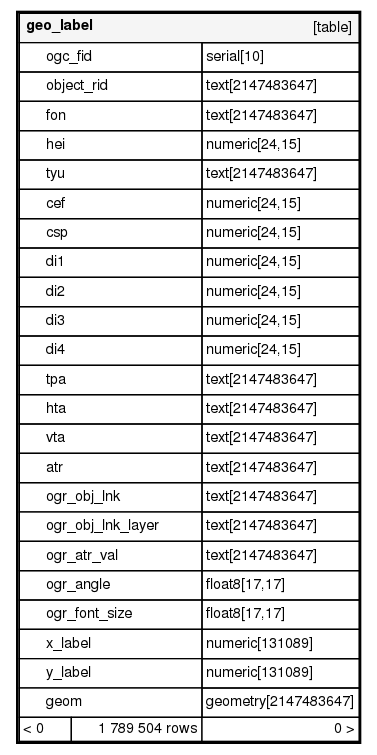
Earlier version of the Graphviz export docs/diagrams/orphans/geo_label.1degree.png (3liz/QgisCadastrePlugin-documentation). Its source is kept beside it as docs/diagrams/orphans/geo_label.1degree.dot. Source of this version:
```dot
digraph "geo_label" {
  graph [
    rankdir="RL"
    bgcolor="#ffffff"
    nodesep="0.18"
    ranksep="0.46"
    fontname="Helvetica"
    fontsize="11"
    ration="compress"
  ];
  node [
    fontname="Helvetica"
    fontsize="11"
    shape="plaintext"
  ];
  edge [
    arrowsize="0.8"
  ];
  "geo_label" [
   label=<
    <TABLE BORDER="2" CELLBORDER="1" CELLSPACING="0" BGCOLOR="#ffffff">
      <TR><TD COLSPAN="4"  BGCOLOR="#f5f5f5"><TABLE BORDER="0" CELLSPACING="0"><TR><TD ALIGN="LEFT"><B>geo_label</B></TD><TD ALIGN="RIGHT">[table]</TD></TR></TABLE></TD></TR>
      <TR><TD PORT="ogc_fid" COLSPAN="2" BGCOLOR="#ffffff" ALIGN="LEFT"><TABLE BORDER="0" CELLSPACING="0" ALIGN="LEFT"><TR ALIGN="LEFT"><TD ALIGN="LEFT" FIXEDSIZE="TRUE" WIDTH="15" HEIGHT="16"></TD><TD ALIGN="LEFT" FIXEDSIZE="TRUE" WIDTH="116" HEIGHT="16">ogc_fid</TD></TR></TABLE></TD><TD PORT="ogc_fid.type" ALIGN="LEFT">serial[10]</TD></TR>
      <TR><TD PORT="object_rid" COLSPAN="2" ALIGN="LEFT"><TABLE BORDER="0" CELLSPACING="0" ALIGN="LEFT"><TR ALIGN="LEFT"><TD ALIGN="LEFT" FIXEDSIZE="TRUE" WIDTH="15" HEIGHT="16"></TD><TD ALIGN="LEFT" FIXEDSIZE="TRUE" WIDTH="116" HEIGHT="16">object_rid</TD></TR></TABLE></TD><TD PORT="object_rid.type" ALIGN="LEFT">text[2147483647]</TD></TR>
      <TR><TD PORT="fon" COLSPAN="2" ALIGN="LEFT"><TABLE BORDER="0" CELLSPACING="0" ALIGN="LEFT"><TR ALIGN="LEFT"><TD ALIGN="LEFT" FIXEDSIZE="TRUE" WIDTH="15" HEIGHT="16"></TD><TD ALIGN="LEFT" FIXEDSIZE="TRUE" WIDTH="116" HEIGHT="16">fon</TD></TR></TABLE></TD><TD PORT="fon.type" ALIGN="LEFT">text[2147483647]</TD></TR>
      <TR><TD PORT="hei" COLSPAN="2" ALIGN="LEFT"><TABLE BORDER="0" CELLSPACING="0" ALIGN="LEFT"><TR ALIGN="LEFT"><TD ALIGN="LEFT" FIXEDSIZE="TRUE" WIDTH="15" HEIGHT="16"></TD><TD ALIGN="LEFT" FIXEDSIZE="TRUE" WIDTH="116" HEIGHT="16">hei</TD></TR></TABLE></TD><TD PORT="hei.type" ALIGN="LEFT">numeric[24,15]</TD></TR>
      <TR><TD PORT="tyu" COLSPAN="2" ALIGN="LEFT"><TABLE BORDER="0" CELLSPACING="0" ALIGN="LEFT"><TR ALIGN="LEFT"><TD ALIGN="LEFT" FIXEDSIZE="TRUE" WIDTH="15" HEIGHT="16"></TD><TD ALIGN="LEFT" FIXEDSIZE="TRUE" WIDTH="116" HEIGHT="16">tyu</TD></TR></TABLE></TD><TD PORT="tyu.type" ALIGN="LEFT">text[2147483647]</TD></TR>
      <TR><TD PORT="cef" COLSPAN="2" ALIGN="LEFT"><TABLE BORDER="0" CELLSPACING="0" ALIGN="LEFT"><TR ALIGN="LEFT"><TD ALIGN="LEFT" FIXEDSIZE="TRUE" WIDTH="15" HEIGHT="16"></TD><TD ALIGN="LEFT" FIXEDSIZE="TRUE" WIDTH="116" HEIGHT="16">cef</TD></TR></TABLE></TD><TD PORT="cef.type" ALIGN="LEFT">numeric[24,15]</TD></TR>
      <TR><TD PORT="csp" COLSPAN="2" ALIGN="LEFT"><TABLE BORDER="0" CELLSPACING="0" ALIGN="LEFT"><TR ALIGN="LEFT"><TD ALIGN="LEFT" FIXEDSIZE="TRUE" WIDTH="15" HEIGHT="16"></TD><TD ALIGN="LEFT" FIXEDSIZE="TRUE" WIDTH="116" HEIGHT="16">csp</TD></TR></TABLE></TD><TD PORT="csp.type" ALIGN="LEFT">numeric[24,15]</TD></TR>
      <TR><TD PORT="di1" COLSPAN="2" ALIGN="LEFT"><TABLE BORDER="0" CELLSPACING="0" ALIGN="LEFT"><TR ALIGN="LEFT"><TD ALIGN="LEFT" FIXEDSIZE="TRUE" WIDTH="15" HEIGHT="16"></TD><TD ALIGN="LEFT" FIXEDSIZE="TRUE" WIDTH="116" HEIGHT="16">di1</TD></TR></TABLE></TD><TD PORT="di1.type" ALIGN="LEFT">numeric[24,15]</TD></TR>
      <TR><TD PORT="di2" COLSPAN="2" ALIGN="LEFT"><TABLE BORDER="0" CELLSPACING="0" ALIGN="LEFT"><TR ALIGN="LEFT"><TD ALIGN="LEFT" FIXEDSIZE="TRUE" WIDTH="15" HEIGHT="16"></TD><TD ALIGN="LEFT" FIXEDSIZE="TRUE" WIDTH="116" HEIGHT="16">di2</TD></TR></TABLE></TD><TD PORT="di2.type" ALIGN="LEFT">numeric[24,15]</TD></TR>
      <TR><TD PORT="di3" COLSPAN="2" ALIGN="LEFT"><TABLE BORDER="0" CELLSPACING="0" ALIGN="LEFT"><TR ALIGN="LEFT"><TD ALIGN="LEFT" FIXEDSIZE="TRUE" WIDTH="15" HEIGHT="16"></TD><TD ALIGN="LEFT" FIXEDSIZE="TRUE" WIDTH="116" HEIGHT="16">di3</TD></TR></TABLE></TD><TD PORT="di3.type" ALIGN="LEFT">numeric[24,15]</TD></TR>
      <TR><TD PORT="di4" COLSPAN="2" ALIGN="LEFT"><TABLE BORDER="0" CELLSPACING="0" ALIGN="LEFT"><TR ALIGN="LEFT"><TD ALIGN="LEFT" FIXEDSIZE="TRUE" WIDTH="15" HEIGHT="16"></TD><TD ALIGN="LEFT" FIXEDSIZE="TRUE" WIDTH="116" HEIGHT="16">di4</TD></TR></TABLE></TD><TD PORT="di4.type" ALIGN="LEFT">numeric[24,15]</TD></TR>
      <TR><TD PORT="tpa" COLSPAN="2" ALIGN="LEFT"><TABLE BORDER="0" CELLSPACING="0" ALIGN="LEFT"><TR ALIGN="LEFT"><TD ALIGN="LEFT" FIXEDSIZE="TRUE" WIDTH="15" HEIGHT="16"></TD><TD ALIGN="LEFT" FIXEDSIZE="TRUE" WIDTH="116" HEIGHT="16">tpa</TD></TR></TABLE></TD><TD PORT="tpa.type" ALIGN="LEFT">text[2147483647]</TD></TR>
      <TR><TD PORT="hta" COLSPAN="2" ALIGN="LEFT"><TABLE BORDER="0" CELLSPACING="0" ALIGN="LEFT"><TR ALIGN="LEFT"><TD ALIGN="LEFT" FIXEDSIZE="TRUE" WIDTH="15" HEIGHT="16"></TD><TD ALIGN="LEFT" FIXEDSIZE="TRUE" WIDTH="116" HEIGHT="16">hta</TD></TR></TABLE></TD><TD PORT="hta.type" ALIGN="LEFT">text[2147483647]</TD></TR>
      <TR><TD PORT="vta" COLSPAN="2" ALIGN="LEFT"><TABLE BORDER="0" CELLSPACING="0" ALIGN="LEFT"><TR ALIGN="LEFT"><TD ALIGN="LEFT" FIXEDSIZE="TRUE" WIDTH="15" HEIGHT="16"></TD><TD ALIGN="LEFT" FIXEDSIZE="TRUE" WIDTH="116" HEIGHT="16">vta</TD></TR></TABLE></TD><TD PORT="vta.type" ALIGN="LEFT">text[2147483647]</TD></TR>
      <TR><TD PORT="atr" COLSPAN="2" ALIGN="LEFT"><TABLE BORDER="0" CELLSPACING="0" ALIGN="LEFT"><TR ALIGN="LEFT"><TD ALIGN="LEFT" FIXEDSIZE="TRUE" WIDTH="15" HEIGHT="16"></TD><TD ALIGN="LEFT" FIXEDSIZE="TRUE" WIDTH="116" HEIGHT="16">atr</TD></TR></TABLE></TD><TD PORT="atr.type" ALIGN="LEFT">text[2147483647]</TD></TR>
      <TR><TD PORT="ogr_obj_lnk" COLSPAN="2" ALIGN="LEFT"><TABLE BORDER="0" CELLSPACING="0" ALIGN="LEFT"><TR ALIGN="LEFT"><TD ALIGN="LEFT" FIXEDSIZE="TRUE" WIDTH="15" HEIGHT="16"></TD><TD ALIGN="LEFT" FIXEDSIZE="TRUE" WIDTH="116" HEIGHT="16">ogr_obj_lnk</TD></TR></TABLE></TD><TD PORT="ogr_obj_lnk.type" ALIGN="LEFT">text[2147483647]</TD></TR>
      <TR><TD PORT="ogr_obj_lnk_layer" COLSPAN="2" BGCOLOR="#ffffff" ALIGN="LEFT"><TABLE BORDER="0" CELLSPACING="0" ALIGN="LEFT"><TR ALIGN="LEFT"><TD ALIGN="LEFT" FIXEDSIZE="TRUE" WIDTH="15" HEIGHT="16"></TD><TD ALIGN="LEFT" FIXEDSIZE="TRUE" WIDTH="116" HEIGHT="16">ogr_obj_lnk_layer</TD></TR></TABLE></TD><TD PORT="ogr_obj_lnk_layer.type" ALIGN="LEFT">text[2147483647]</TD></TR>
      <TR><TD PORT="ogr_atr_val" COLSPAN="2" ALIGN="LEFT"><TABLE BORDER="0" CELLSPACING="0" ALIGN="LEFT"><TR ALIGN="LEFT"><TD ALIGN="LEFT" FIXEDSIZE="TRUE" WIDTH="15" HEIGHT="16"></TD><TD ALIGN="LEFT" FIXEDSIZE="TRUE" WIDTH="116" HEIGHT="16">ogr_atr_val</TD></TR></TABLE></TD><TD PORT="ogr_atr_val.type" ALIGN="LEFT">text[2147483647]</TD></TR>
      <TR><TD PORT="ogr_angle" COLSPAN="2" ALIGN="LEFT"><TABLE BORDER="0" CELLSPACING="0" ALIGN="LEFT"><TR ALIGN="LEFT"><TD ALIGN="LEFT" FIXEDSIZE="TRUE" WIDTH="15" HEIGHT="16"></TD><TD ALIGN="LEFT" FIXEDSIZE="TRUE" WIDTH="116" HEIGHT="16">ogr_angle</TD></TR></TABLE></TD><TD PORT="ogr_angle.type" ALIGN="LEFT">float8[17,17]</TD></TR>
      <TR><TD PORT="ogr_font_size" COLSPAN="2" ALIGN="LEFT"><TABLE BORDER="0" CELLSPACING="0" ALIGN="LEFT"><TR ALIGN="LEFT"><TD ALIGN="LEFT" FIXEDSIZE="TRUE" WIDTH="15" HEIGHT="16"></TD><TD ALIGN="LEFT" FIXEDSIZE="TRUE" WIDTH="116" HEIGHT="16">ogr_font_size</TD></TR></TABLE></TD><TD PORT="ogr_font_size.type" ALIGN="LEFT">float8[17,17]</TD></TR>
      <TR><TD PORT="x_label" COLSPAN="2" BGCOLOR="#ffffff" ALIGN="LEFT"><TABLE BORDER="0" CELLSPACING="0" ALIGN="LEFT"><TR ALIGN="LEFT"><TD ALIGN="LEFT" FIXEDSIZE="TRUE" WIDTH="15" HEIGHT="16"></TD><TD ALIGN="LEFT" FIXEDSIZE="TRUE" WIDTH="116" HEIGHT="16">x_label</TD></TR></TABLE></TD><TD PORT="x_label.type" ALIGN="LEFT">numeric[131089]</TD></TR>
      <TR><TD PORT="y_label" COLSPAN="2" BGCOLOR="#ffffff" ALIGN="LEFT"><TABLE BORDER="0" CELLSPACING="0" ALIGN="LEFT"><TR ALIGN="LEFT"><TD ALIGN="LEFT" FIXEDSIZE="TRUE" WIDTH="15" HEIGHT="16"></TD><TD ALIGN="LEFT" FIXEDSIZE="TRUE" WIDTH="116" HEIGHT="16">y_label</TD></TR></TABLE></TD><TD PORT="y_label.type" ALIGN="LEFT">numeric[131089]</TD></TR>
      <TR><TD PORT="geom" COLSPAN="2" BGCOLOR="#ffffff" ALIGN="LEFT"><TABLE BORDER="0" CELLSPACING="0" ALIGN="LEFT"><TR ALIGN="LEFT"><TD ALIGN="LEFT" FIXEDSIZE="TRUE" WIDTH="15" HEIGHT="16"></TD><TD ALIGN="LEFT" FIXEDSIZE="TRUE" WIDTH="116" HEIGHT="16">geom</TD></TR></TABLE></TD><TD PORT="geom.type" ALIGN="LEFT">geometry[2147483647]</TD></TR>
      <TR><TD ALIGN="LEFT" BGCOLOR="#ffffff">&lt; 0</TD><TD ALIGN="RIGHT" BGCOLOR="#ffffff">1 789 504 rows</TD><TD ALIGN="RIGHT" BGCOLOR="#ffffff">0 &gt;</TD></TR>
    </TABLE>>
    URL="tables/geo_label.html"
    tooltip="geo_label"
  ];
}
```
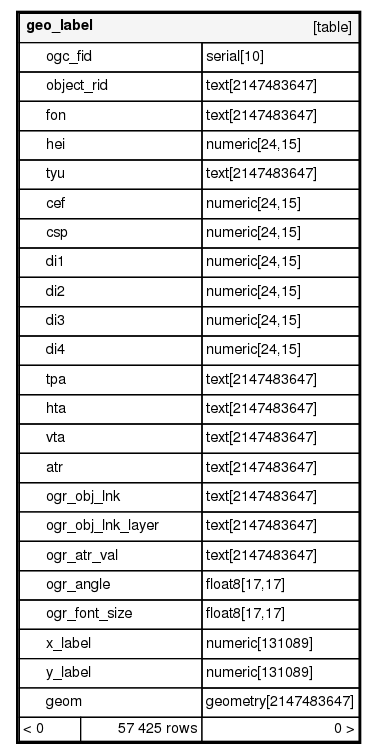
After the commit.

The edit, as a diff of the source:
```diff
@@ -43,7 +43,7 @@
       <TR><TD PORT="x_label" COLSPAN="2" BGCOLOR="#ffffff" ALIGN="LEFT"><TABLE BORDER="0" CELLSPACING="0" ALIGN="LEFT"><TR ALIGN="LEFT"><TD ALIGN="LEFT" FIXEDSIZE="TRUE" WIDTH="15" HEIGHT="16"></TD><TD ALIGN="LEFT" FIXEDSIZE="TRUE" WIDTH="116" HEIGHT="16">x_label</TD></TR></TABLE></TD><TD PORT="x_label.type" ALIGN="LEFT">numeric[131089]</TD></TR>
       <TR><TD PORT="y_label" COLSPAN="2" BGCOLOR="#ffffff" ALIGN="LEFT"><TABLE BORDER="0" CELLSPACING="0" ALIGN="LEFT"><TR ALIGN="LEFT"><TD ALIGN="LEFT" FIXEDSIZE="TRUE" WIDTH="15" HEIGHT="16"></TD><TD ALIGN="LEFT" FIXEDSIZE="TRUE" WIDTH="116" HEIGHT="16">y_label</TD></TR></TABLE></TD><TD PORT="y_label.type" ALIGN="LEFT">numeric[131089]</TD></TR>
       <TR><TD PORT="geom" COLSPAN="2" BGCOLOR="#ffffff" ALIGN="LEFT"><TABLE BORDER="0" CELLSPACING="0" ALIGN="LEFT"><TR ALIGN="LEFT"><TD ALIGN="LEFT" FIXEDSIZE="TRUE" WIDTH="15" HEIGHT="16"></TD><TD ALIGN="LEFT" FIXEDSIZE="TRUE" WIDTH="116" HEIGHT="16">geom</TD></TR></TABLE></TD><TD PORT="geom.type" ALIGN="LEFT">geometry[2147483647]</TD></TR>
-      <TR><TD ALIGN="LEFT" BGCOLOR="#ffffff">&lt; 0</TD><TD ALIGN="RIGHT" BGCOLOR="#ffffff">1 789 504 rows</TD><TD ALIGN="RIGHT" BGCOLOR="#ffffff">0 &gt;</TD></TR>
+      <TR><TD ALIGN="LEFT" BGCOLOR="#ffffff">&lt; 0</TD><TD ALIGN="RIGHT" BGCOLOR="#ffffff">57 425 rows</TD><TD ALIGN="RIGHT" BGCOLOR="#ffffff">0 &gt;</TD></TR>
     </TABLE>>
     URL="tables/geo_label.html"
     tooltip="geo_label"
```
